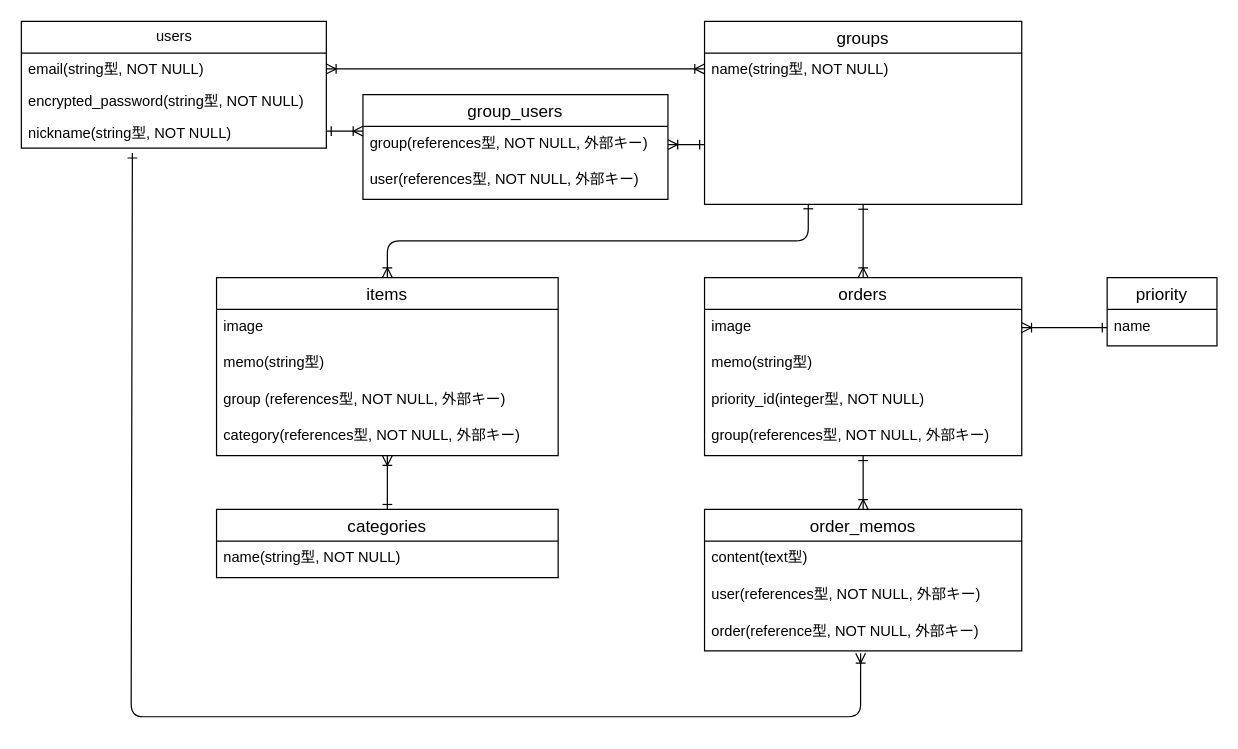
Earlier version of the draw.io diagram kauzo.drawio (komafuji820/kauzo). Source tidied: cells renumbered, new cells numbered last; positions are measured from the earlier drawing's top-left corner, leaving out a move shared by most shapes. Both pictures are drawn from the tidied source at 122%, with x=0, y=0 at pixel (21, 21).
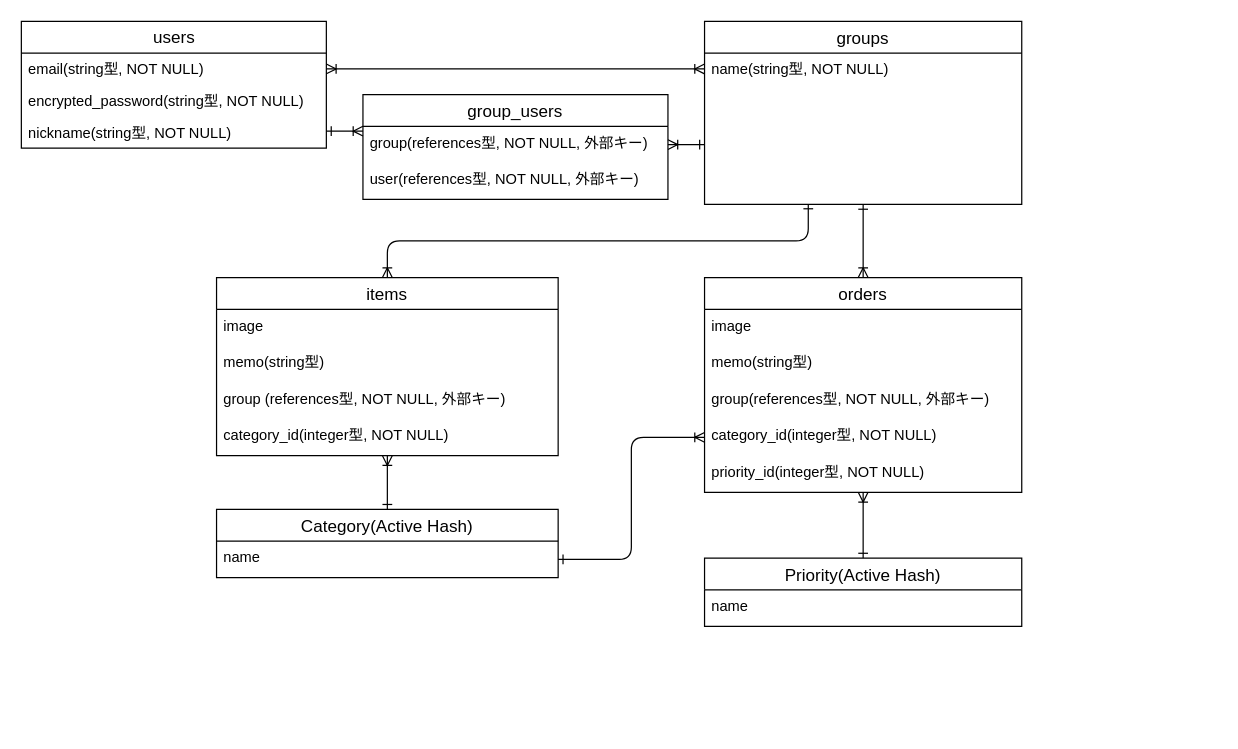
Above is the later version.

Unchanged cells that the change refers to:
```xml
<mxCell id="5" value="nickname(string型, NOT NULL)" style="text;strokeColor=none;fillColor=none;align=left;verticalAlign=top;spacingLeft=4;spacingRight=4;overflow=hidden;points=[[0,0.5],[1,0.5]];portConstraint=eastwest;whiteSpace=wrap;html=1;" parent="2" vertex="1">
  <mxGeometry y="78" width="250" height="26" as="geometry" />
</mxCell>
<mxCell id="14" value="image" style="text;strokeColor=none;fillColor=none;spacingLeft=4;spacingRight=4;overflow=hidden;points=[[0,0.5],[1,0.5]];portConstraint=eastwest;fontSize=12;" parent="13" vertex="1">
  <mxGeometry y="26" width="260" height="30" as="geometry" />
</mxCell>
<mxCell id="23" value="items" style="swimlane;fontStyle=0;horizontal=1;startSize=26;align=center;fontSize=14;" parent="1" vertex="1">
  <mxGeometry x="160" y="210" width="280" height="146" as="geometry" />
</mxCell>
```

Diff of the diagram source:
```diff
@@
-    <mxCell id="2" value="users" style="swimlane;fontStyle=0;horizontal=1;startSize=26;fillColor=none;html=1;" parent="1" vertex="1">
+    <mxCell id="2" value="&lt;font style=&quot;font-size: 14px;&quot;&gt;users&lt;/font&gt;" style="swimlane;fontStyle=0;horizontal=1;startSize=26;fillColor=none;html=1;" parent="1" vertex="1">
       <mxGeometry width="250" height="104" as="geometry" />
     </mxCell>
@@
     <mxCell id="13" value="orders" style="swimlane;fontStyle=0;horizontal=1;startSize=26;align=center;fontSize=14;" parent="1" vertex="1">
-      <mxGeometry x="560" y="210" width="260" height="146" as="geometry" />
+      <mxGeometry x="560" y="210" width="260" height="176" as="geometry" />
     </mxCell>
@@
+    <mxCell id="17" value="group(references型, NOT NULL, 外部キー)" style="text;strokeColor=none;fillColor=none;spacingLeft=4;spacingRight=4;overflow=hidden;points=[[0,0.5],[1,0.5]];portConstraint=eastwest;fontSize=12;" parent="13" vertex="1">
+      <mxGeometry y="86" width="260" height="30" as="geometry" />
+    </mxCell>
+    <mxCell id="38" value="category_id(integer型, NOT NULL)" style="text;strokeColor=none;fillColor=none;spacingLeft=4;spacingRight=4;overflow=hidden;points=[[0,0.5],[1,0.5]];portConstraint=eastwest;fontSize=12;" parent="13" vertex="1">
+      <mxGeometry y="116" width="260" height="30" as="geometry" />
+    </mxCell>
     <mxCell id="16" value="priority_id(integer型, NOT NULL)&#10;" style="text;strokeColor=none;fillColor=none;spacingLeft=4;spacingRight=4;overflow=hidden;points=[[0,0.5],[1,0.5]];portConstraint=eastwest;fontSize=12;" parent="13" vertex="1">
-      <mxGeometry y="86" width="260" height="30" as="geometry" />
+      <mxGeometry y="146" width="260" height="30" as="geometry" />
     </mxCell>
-    <mxCell id="17" value="group(references型, NOT NULL, 外部キー)" style="text;strokeColor=none;fillColor=none;spacingLeft=4;spacingRight=4;overflow=hidden;points=[[0,0.5],[1,0.5]];portConstraint=eastwest;fontSize=12;" parent="13" vertex="1">
-      <mxGeometry y="116" width="260" height="30" as="geometry" />
-    </mxCell>
-    <mxCell id="18" style="edgeStyle=none;html=1;startArrow=ERoneToMany;startFill=0;endArrow=ERone;endFill=0;" parent="1" edge="1" source="19" target="17">
-      <mxGeometry relative="1" as="geometry" />
-    </mxCell>
+    <mxCell id="39" style="edgeStyle=none;html=1;fontSize=14;startArrow=ERone;startFill=0;endArrow=ERoneToMany;endFill=0;" parent="1" edge="1" source="19" target="16">
+      <mxGeometry relative="1" as="geometry" />
+    </mxCell>
-    <mxCell id="19" value="order_memos" style="swimlane;fontStyle=0;horizontal=1;startSize=26;align=center;fontSize=14;" parent="1" vertex="1">
-      <mxGeometry x="560" y="400" width="260" height="116" as="geometry" />
+    <mxCell id="19" value="Priority(Active Hash)" style="swimlane;fontStyle=0;horizontal=1;startSize=26;align=center;fontSize=14;" parent="1" vertex="1">
+      <mxGeometry x="560" y="440" width="260" height="56" as="geometry" />
     </mxCell>
-    <mxCell id="20" value="content(text型)" style="text;strokeColor=none;fillColor=none;spacingLeft=4;spacingRight=4;overflow=hidden;fontSize=12;" parent="19" vertex="1">
+    <mxCell id="20" value="name" style="text;strokeColor=none;fillColor=none;spacingLeft=4;spacingRight=4;overflow=hidden;fontSize=12;" parent="19" vertex="1">
       <mxGeometry y="26" width="260" height="30" as="geometry" />
     </mxCell>
-    <mxCell id="21" value="user(references型, NOT NULL, 外部キー)" style="text;strokeColor=none;fillColor=none;spacingLeft=4;spacingRight=4;overflow=hidden;fontSize=12;" parent="19" vertex="1">
-      <mxGeometry y="56" width="260" height="30" as="geometry" />
-    </mxCell>
-    <mxCell id="22" value="order(reference型, NOT NULL, 外部キー)" style="text;strokeColor=none;fillColor=none;spacingLeft=4;spacingRight=4;overflow=hidden;points=[[0,0.5],[1,0.5]];portConstraint=eastwest;fontSize=12;" parent="19" vertex="1">
-      <mxGeometry y="86" width="260" height="30" as="geometry" />
-    </mxCell>
@@
-    <mxCell id="27" value="category(references型, NOT NULL, 外部キー)" style="text;strokeColor=none;fillColor=none;spacingLeft=4;spacingRight=4;overflow=hidden;points=[[0,0.5],[1,0.5]];portConstraint=eastwest;fontSize=12;" parent="23" vertex="1">
+    <mxCell id="27" value="category_id(integer型, NOT NULL)" style="text;strokeColor=none;fillColor=none;spacingLeft=4;spacingRight=4;overflow=hidden;points=[[0,0.5],[1,0.5]];portConstraint=eastwest;fontSize=12;" parent="23" vertex="1">
       <mxGeometry y="116" width="280" height="30" as="geometry" />
     </mxCell>
@@
-    <mxCell id="29" value="categories" style="swimlane;fontStyle=0;horizontal=1;startSize=26;align=center;fontSize=14;" parent="1" vertex="1">
+    <mxCell id="29" value="Category(Active Hash)" style="swimlane;fontStyle=0;horizontal=1;startSize=26;align=center;fontSize=14;" parent="1" vertex="1">
       <mxGeometry x="160" y="400" width="280" height="56" as="geometry" />
     </mxCell>
-    <mxCell id="30" value="name(string型, NOT NULL)" style="text;strokeColor=none;fillColor=none;spacingLeft=4;spacingRight=4;overflow=hidden;points=[[0,0.5],[1,0.5]];portConstraint=eastwest;fontSize=12;" parent="29" vertex="1">
+    <mxCell id="30" value="name" style="text;strokeColor=none;fillColor=none;spacingLeft=4;spacingRight=4;overflow=hidden;points=[[0,0.5],[1,0.5]];portConstraint=eastwest;fontSize=12;" parent="29" vertex="1">
       <mxGeometry y="26" width="280" height="30" as="geometry" />
     </mxCell>
-    <mxCell id="31" style="edgeStyle=orthogonalEdgeStyle;html=1;startArrow=ERoneToMany;startFill=0;endArrow=ERone;endFill=0;exitX=0.492;exitY=1.067;exitDx=0;exitDy=0;exitPerimeter=0;entryX=0.364;entryY=1.154;entryDx=0;entryDy=0;entryPerimeter=0;" parent="1" edge="1" source="22" target="5">
-      <mxGeometry relative="1" as="geometry">
-        <Array as="points">
-          <mxPoint x="688" y="570" />
-          <mxPoint x="90" y="570" />
-        </Array>
-      </mxGeometry>
-    </mxCell>
@@
-    <mxCell id="35" value="priority" style="swimlane;fontStyle=0;horizontal=1;startSize=26;align=center;fontSize=14;" parent="1" vertex="1">
-      <mxGeometry x="890" y="210" width="90" height="56" as="geometry" />
-    </mxCell>
-    <mxCell id="36" value="name" style="text;strokeColor=none;fillColor=none;spacingLeft=4;spacingRight=4;overflow=hidden;points=[[0,0.5],[1,0.5]];portConstraint=eastwest;fontSize=12;" parent="35" vertex="1">
-      <mxGeometry y="26" width="90" height="30" as="geometry" />
-    </mxCell>
-    <mxCell id="37" style="edgeStyle=none;html=1;exitX=1;exitY=0.5;exitDx=0;exitDy=0;entryX=0;entryY=0.5;entryDx=0;entryDy=0;startArrow=ERoneToMany;startFill=0;endArrow=ERone;endFill=0;" parent="1" edge="1" source="14" target="36">
-      <mxGeometry relative="1" as="geometry" />
-    </mxCell>
+    <mxCell id="40" style="edgeStyle=orthogonalEdgeStyle;html=1;exitX=1;exitY=0.5;exitDx=0;exitDy=0;entryX=0;entryY=0.5;entryDx=0;entryDy=0;fontSize=14;startArrow=ERone;startFill=0;endArrow=ERoneToMany;endFill=0;" parent="1" edge="1" source="30" target="38">
+      <mxGeometry relative="1" as="geometry" />
+    </mxCell>
```
